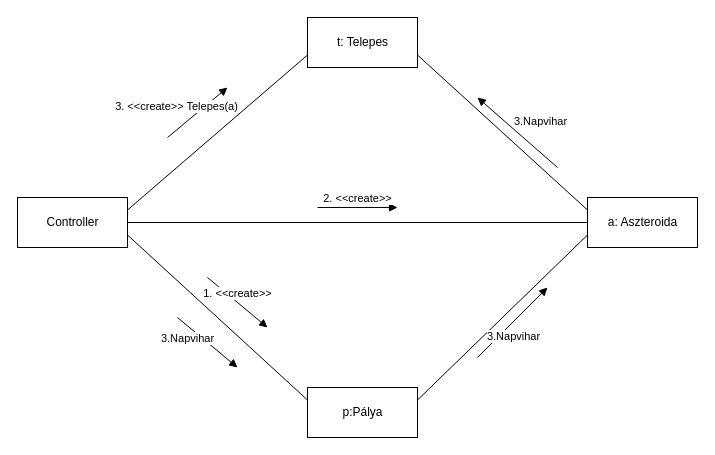
This is doc/kommunikacio/kom_NapviharTelepes.drawio from torpeBoiGo/aszteroidabanyaszat, a draw.io file, before an edit. Source tidied: cells renumbered, new cells numbered last; positions are measured from the earlier drawing's top-left corner, leaving out a move shared by most shapes. Both pictures are drawn from the tidied source at 100%, with x=0, y=0 at pixel (17, 17).
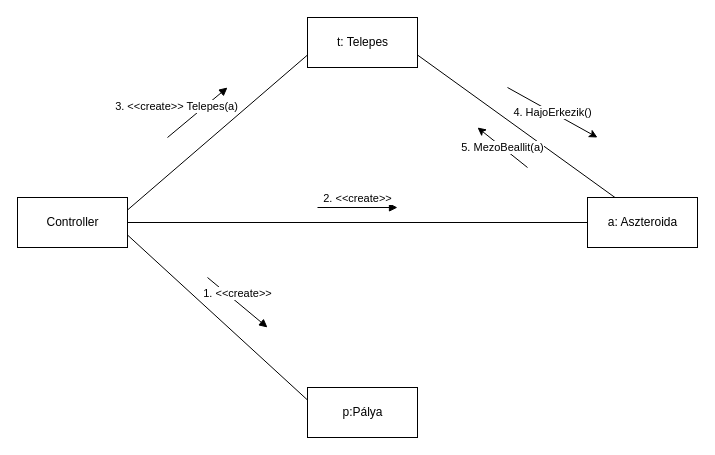
The same diagram, later.

The change refers to these unchanged cells:
```xml
<mxCell id="3" value="t: Telepes" style="html=1;" parent="1" vertex="1">
  <mxGeometry x="290" width="110" height="50" as="geometry" />
</mxCell>
<mxCell id="4" value="a: Aszteroida" style="html=1;" parent="1" vertex="1">
  <mxGeometry x="570" y="180" width="110" height="50" as="geometry" />
</mxCell>
<mxCell id="5" value="p:Pálya" style="html=1;" parent="1" vertex="1">
  <mxGeometry x="290" y="370" width="110" height="50" as="geometry" />
</mxCell>
```

The edit, as a diff of the source:
```diff
@@
-    <mxCell id="8" style="endArrow=none;html=1;exitX=0;exitY=0.75;exitDx=0;exitDy=0;entryX=1;entryY=0.25;entryDx=0;entryDy=0;" parent="1" edge="1" source="4" target="5">
-      <mxGeometry relative="1" as="geometry" />
-    </mxCell>
-    <mxCell id="9" style="endArrow=none;html=1;exitX=0;exitY=0.25;exitDx=0;exitDy=0;entryX=1;entryY=0.75;entryDx=0;entryDy=0;" parent="1" edge="1" source="4" target="3">
-      <mxGeometry relative="1" as="geometry" />
-    </mxCell>
@@
-    <mxCell id="14" value="3.Napvihar" style="html=1;verticalAlign=bottom;endArrow=block;" parent="1" edge="1">
-      <mxGeometry x="-0.31" y="-17" relative="1" as="geometry">
-        <mxPoint x="160" y="300" as="sourcePoint" />
-        <mxPoint x="220" y="350" as="targetPoint" />
-      </mxGeometry>
-    </mxCell>
-    <mxCell id="15" value="3.Napvihar" style="html=1;verticalAlign=bottom;endArrow=block;" parent="1" edge="1">
-      <mxGeometry x="-0.31" y="-17" relative="1" as="geometry">
-        <mxPoint x="460" y="340" as="sourcePoint" />
-        <mxPoint x="530" y="270" as="targetPoint" />
-      </mxGeometry>
-    </mxCell>
-    <mxCell id="16" value="3.Napvihar" style="html=1;verticalAlign=bottom;endArrow=block;" parent="1" edge="1">
-      <mxGeometry x="-0.31" y="-17" relative="1" as="geometry">
-        <mxPoint x="540" y="150" as="sourcePoint" />
-        <mxPoint x="460" y="80" as="targetPoint" />
-      </mxGeometry>
-    </mxCell>
+    <mxCell id="9" style="endArrow=none;html=1;entryX=1;entryY=0.75;entryDx=0;entryDy=0;exitX=0.25;exitY=0;exitDx=0;exitDy=0;" parent="1" edge="1" source="4" target="3">
+      <mxGeometry relative="1" as="geometry" />
+    </mxCell>
+    <mxCell id="17" value="5. MezoBeallit(a)" style="endArrow=classic;html=1;" parent="1" edge="1">
+      <mxGeometry relative="1" as="geometry">
+        <mxPoint x="510" y="150" as="sourcePoint" />
+        <mxPoint x="460" y="110" as="targetPoint" />
+      </mxGeometry>
+    </mxCell>
+    <mxCell id="18" value="4. HajoErkezik()" style="endArrow=classic;html=1;" parent="1" edge="1">
+      <mxGeometry relative="1" as="geometry">
+        <mxPoint x="490" y="70" as="sourcePoint" />
+        <mxPoint x="580" y="120" as="targetPoint" />
+      </mxGeometry>
+    </mxCell>
```
